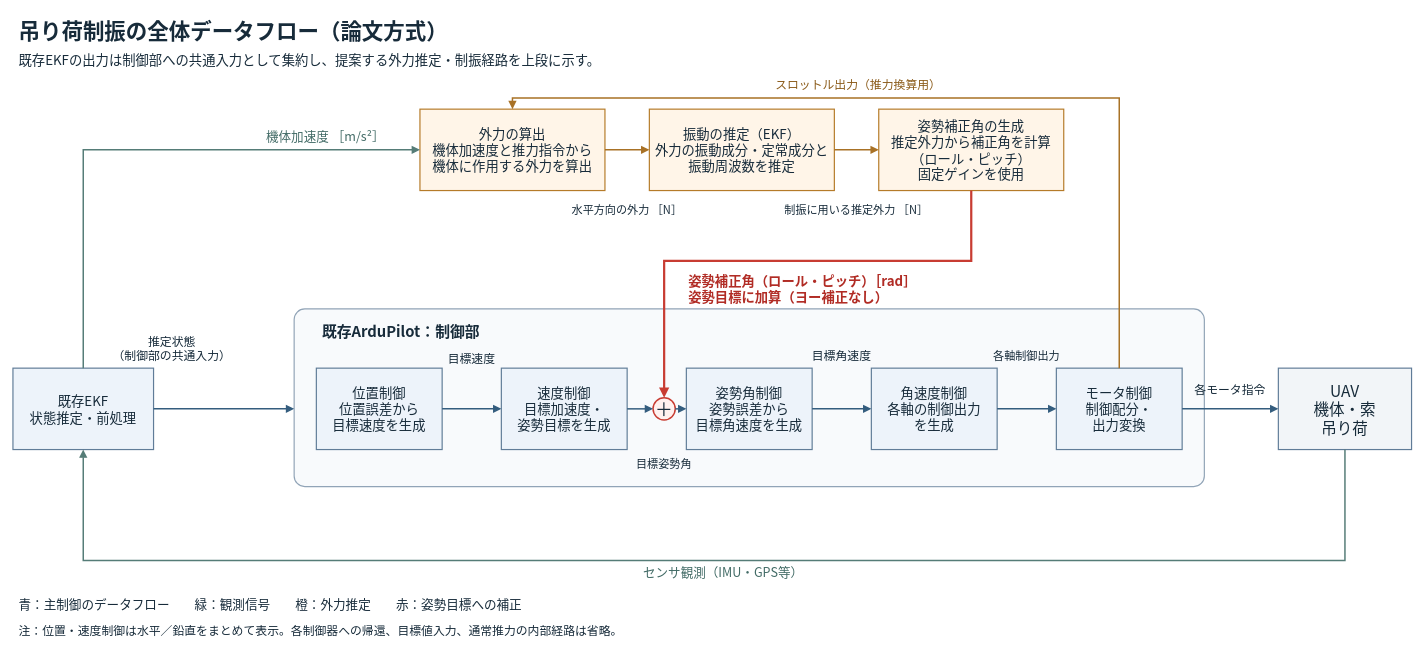
This is docs/control_overview.drawio from UmemotoLab/Ardupilot-UmemotoLab-ekf-V2, a draw.io file, before an edit. Source tidied: cells renumbered, new cells numbered last; positions are measured from the earlier drawing's top-left corner, leaving out a move shared by most shapes. Both pictures are drawn from the tidied source at 74%, with x=0, y=0 at pixel (13, 13).
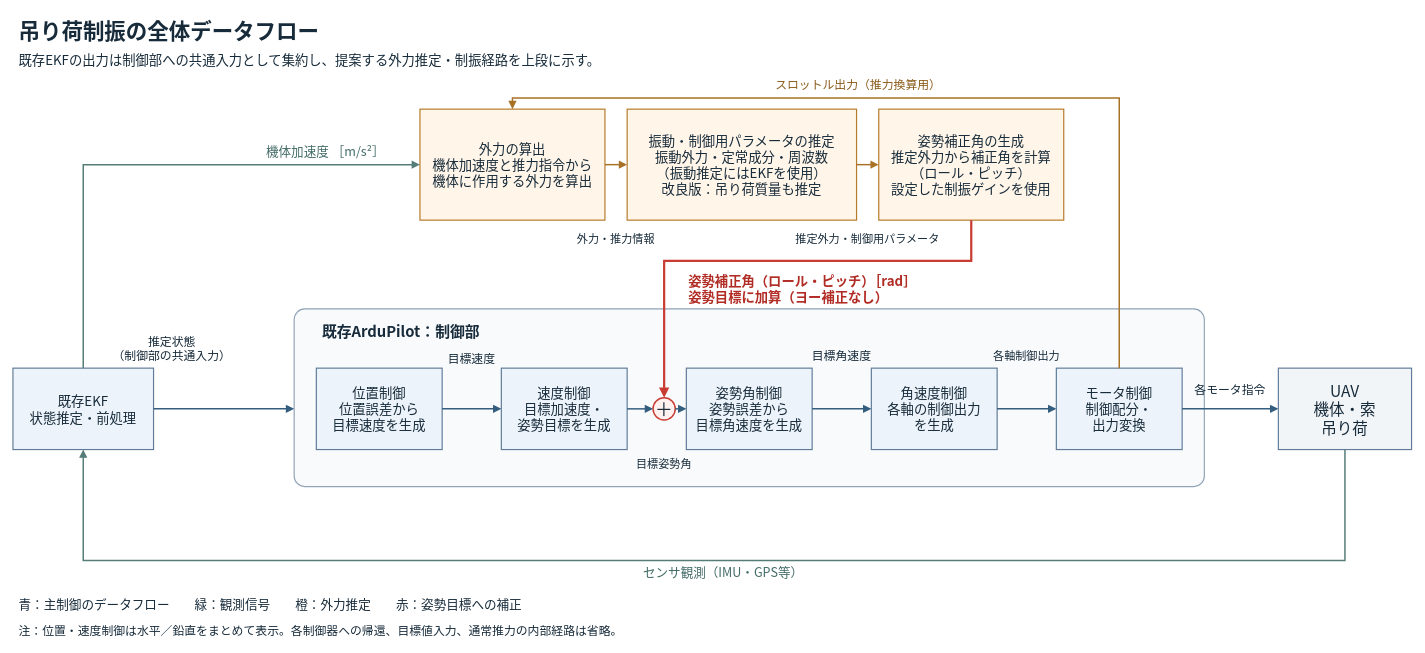
After the change.

The change refers to these unchanged cells:
```xml
<mxCell id="6" value="既存EKF&#10;状態推定・前処理" style="rounded=0;whiteSpace=wrap;html=0;align=center;verticalAlign=middle;spacing=8;fillColor=#EDF3FA;strokeColor=#607C98;strokeWidth=1.6;fontSize=18;fontFamily=Noto Sans CJK JP;fontColor=#172B3A;" parent="1" vertex="1">
  <mxGeometry y="480" width="190" height="110" as="geometry" />
</mxCell>
```

What changed in the source:
```diff
@@
-    <mxCell id="2" value="吊り荷制振の全体データフロー（論文方式）" style="rounded=0;whiteSpace=wrap;html=0;align=center;verticalAlign=middle;spacing=8;fillColor=none;strokeColor=none;strokeWidth=1.6;fontSize=29;fontFamily=Noto Sans CJK JP;fontColor=#172B3A;align=left;fontColor=#172B3A;fontStyle=1;" parent="1" vertex="1">
+    <mxCell id="2" value="吊り荷制振の全体データフロー" style="rounded=0;whiteSpace=wrap;html=0;align=center;verticalAlign=middle;spacing=8;fillColor=none;strokeColor=none;strokeWidth=1.6;fontSize=29;fontFamily=Noto Sans CJK JP;fontColor=#172B3A;align=left;fontColor=#172B3A;fontStyle=1;" parent="1" vertex="1">
       <mxGeometry width="1850" height="45" as="geometry" />
     </mxCell>
@@
     <mxCell id="13" value="外力の算出&#10;機体加速度と推力指令から&#10;機体に作用する外力を算出" style="rounded=0;whiteSpace=wrap;html=0;align=center;verticalAlign=middle;spacing=8;fillColor=#FFF5E8;strokeColor=#B57B29;strokeWidth=1.6;fontSize=18;fontFamily=Noto Sans CJK JP;fontColor=#172B3A;" parent="1" vertex="1">
-      <mxGeometry x="550" y="130" width="250" height="110" as="geometry" />
+      <mxGeometry x="550" y="130" width="250" height="150" as="geometry" />
     </mxCell>
-    <mxCell id="14" value="振動の推定（EKF）&#10;外力の振動成分・定常成分と&#10;振動周波数を推定" style="rounded=0;whiteSpace=wrap;html=0;align=center;verticalAlign=middle;spacing=8;fillColor=#FFF5E8;strokeColor=#B57B29;strokeWidth=1.6;fontSize=18;fontFamily=Noto Sans CJK JP;fontColor=#172B3A;" parent="1" vertex="1">
-      <mxGeometry x="860" y="130" width="250" height="110" as="geometry" />
+    <mxCell id="14" value="振動・制御用パラメータの推定&#10;振動外力・定常成分・周波数&#10;（振動推定にはEKFを使用）&#10;改良版：吊り荷質量も推定" style="rounded=0;whiteSpace=wrap;html=0;align=center;verticalAlign=middle;spacing=8;fillColor=#FFF5E8;strokeColor=#B57B29;strokeWidth=1.6;fontSize=18;fontFamily=Noto Sans CJK JP;fontColor=#172B3A;" parent="1" vertex="1">
+      <mxGeometry x="830" y="130" width="310" height="150" as="geometry" />
     </mxCell>
-    <mxCell id="15" value="姿勢補正角の生成&#10;推定外力から補正角を計算&#10;（ロール・ピッチ）&#10;固定ゲインを使用" style="rounded=0;whiteSpace=wrap;html=0;align=center;verticalAlign=middle;spacing=8;fillColor=#FFF5E8;strokeColor=#B57B29;strokeWidth=1.6;fontSize=18;fontFamily=Noto Sans CJK JP;fontColor=#172B3A;" parent="1" vertex="1">
-      <mxGeometry x="1170" y="130" width="250" height="110" as="geometry" />
+    <mxCell id="15" value="姿勢補正角の生成&#10;推定外力から補正角を計算&#10;（ロール・ピッチ）&#10;設定した制振ゲインを使用" style="rounded=0;whiteSpace=wrap;html=0;align=center;verticalAlign=middle;spacing=8;fillColor=#FFF5E8;strokeColor=#B57B29;strokeWidth=1.6;fontSize=18;fontFamily=Noto Sans CJK JP;fontColor=#172B3A;" parent="1" vertex="1">
+      <mxGeometry x="1170" y="130" width="250" height="150" as="geometry" />
     </mxCell>
@@
     <mxCell id="29" style="edgeStyle=none;html=0;rounded=0;endArrow=block;endFill=1;strokeColor=#557C77;strokeWidth=2;dashed=0;exitX=0.5;exitY=0;exitPerimeter=0;entryX=0;entryY=0.5;entryPerimeter=0;" parent="1" edge="1" source="6" target="13">
       <mxGeometry relative="1" as="geometry">
         <Array as="points">
-          <mxPoint x="95" y="185" />
+          <mxPoint x="95" y="205" />
         </Array>
       </mxGeometry>
     </mxCell>
@@
-    <mxCell id="36" value="水平方向の外力 ［N］" style="rounded=0;whiteSpace=wrap;html=0;align=center;verticalAlign=middle;spacing=8;fillColor=none;strokeColor=none;strokeWidth=1.6;fontSize=15;fontFamily=Noto Sans CJK JP;fontColor=#172B3A;align=center;fontColor=#172B3A;fontStyle=0;" parent="1" vertex="1">
-      <mxGeometry x="705" y="250" width="250" height="30" as="geometry" />
+    <mxCell id="36" value="外力・推力情報" style="rounded=0;whiteSpace=wrap;html=0;align=center;verticalAlign=middle;spacing=8;fillColor=none;strokeColor=none;strokeWidth=1.6;fontSize=15;fontFamily=Noto Sans CJK JP;fontColor=#172B3A;align=center;fontColor=#172B3A;fontStyle=0;" parent="1" vertex="1">
+      <mxGeometry x="690" y="290" width="250" height="30" as="geometry" />
     </mxCell>
-    <mxCell id="37" value="制振に用いる推定外力 ［N］" style="rounded=0;whiteSpace=wrap;html=0;align=center;verticalAlign=middle;spacing=8;fillColor=none;strokeColor=none;strokeWidth=1.6;fontSize=15;fontFamily=Noto Sans CJK JP;fontColor=#172B3A;align=center;fontColor=#172B3A;fontStyle=0;" parent="1" vertex="1">
-      <mxGeometry x="990" y="250" width="300" height="30" as="geometry" />
+    <mxCell id="37" value="推定外力・制御用パラメータ" style="rounded=0;whiteSpace=wrap;html=0;align=center;verticalAlign=middle;spacing=8;fillColor=none;strokeColor=none;strokeWidth=1.6;fontSize=15;fontFamily=Noto Sans CJK JP;fontColor=#172B3A;align=center;fontColor=#172B3A;fontStyle=0;" parent="1" vertex="1">
+      <mxGeometry x="1005" y="290" width="300" height="30" as="geometry" />
     </mxCell>
@@
     <mxCell id="40" value="機体加速度 ［m/s²］" style="rounded=0;whiteSpace=wrap;html=0;align=center;verticalAlign=middle;spacing=8;fillColor=none;strokeColor=none;strokeWidth=1.6;fontSize=17;fontFamily=Noto Sans CJK JP;fontColor=#172B3A;align=center;fontColor=#426B66;fontStyle=0;" parent="1" vertex="1">
-      <mxGeometry x="305" y="153" width="235" height="28" as="geometry" />
+      <mxGeometry x="305" y="173" width="235" height="28" as="geometry" />
     </mxCell>
```
